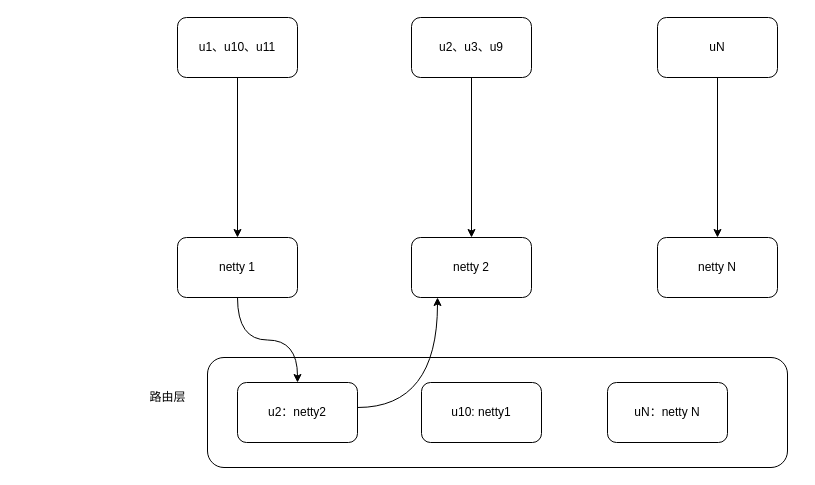
Before: page "路由层作用" (1 of 10) of im-system 架构设计图.drawio in BanTanger/im-whale-shark, a draw.io diagram. Source tidied: cells renumbered, new cells numbered last; positions are measured from the earlier drawing's top-left corner, leaving out a move shared by most shapes. Both pictures are drawn from the tidied source at 100%, with x=0, y=0 at pixel (137, 17).
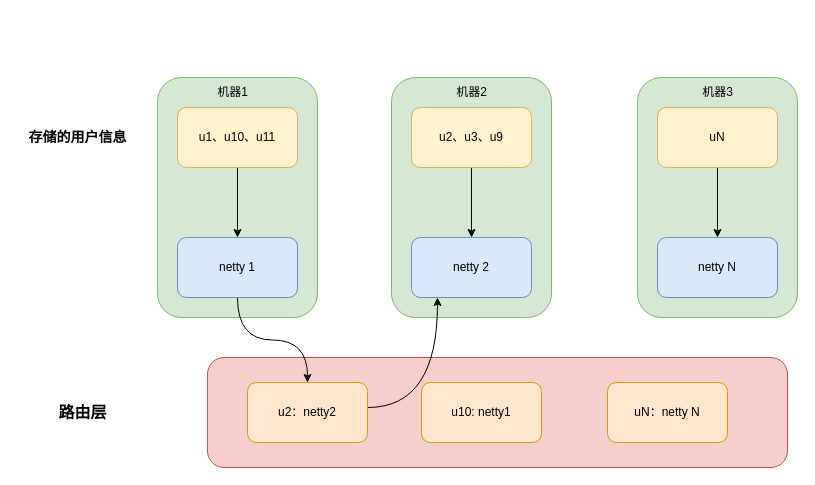
Above is the later version.

The edit, as a diff of the source:
```diff
@@
+    <mxCell id="18" style="rounded=1;whiteSpace=wrap;html=1;fillColor=#d5e8d4;strokeColor=#82b366;" parent="1" vertex="1">
+      <mxGeometry x="254" y="60" width="160" height="240" as="geometry" />
+    </mxCell>
+    <mxCell id="19" style="rounded=1;whiteSpace=wrap;html=1;fillColor=#d5e8d4;strokeColor=#82b366;" parent="1" vertex="1">
+      <mxGeometry x="500" y="60" width="160" height="240" as="geometry" />
+    </mxCell>
+    <mxCell id="20" style="rounded=1;whiteSpace=wrap;html=1;fillColor=#d5e8d4;strokeColor=#82b366;" parent="1" vertex="1">
+      <mxGeometry x="20" y="60" width="160" height="240" as="geometry" />
+    </mxCell>
-    <mxCell id="2" style="rounded=1;whiteSpace=wrap;html=1;" parent="1" vertex="1">
+    <mxCell id="2" style="rounded=1;whiteSpace=wrap;html=1;fillColor=#f8cecc;strokeColor=#b85450;" parent="1" vertex="1">
       <mxGeometry x="70" y="340" width="580" height="110" as="geometry" />
     </mxCell>
@@
-    <mxCell id="4" value="u1、u10、u11" style="rounded=1;whiteSpace=wrap;html=1;" parent="1" vertex="1">
-      <mxGeometry x="40" width="120" height="60" as="geometry" />
+    <mxCell id="4" value="u1、u10、u11" style="rounded=1;whiteSpace=wrap;html=1;fillColor=#fff2cc;strokeColor=#d6b656;" parent="1" vertex="1">
+      <mxGeometry x="40" y="90" width="120" height="60" as="geometry" />
     </mxCell>
@@
-    <mxCell id="6" value="u2、u3、u9" style="rounded=1;whiteSpace=wrap;html=1;" parent="1" vertex="1">
-      <mxGeometry x="274" width="120" height="60" as="geometry" />
+    <mxCell id="6" value="u2、u3、u9" style="rounded=1;whiteSpace=wrap;html=1;fillColor=#fff2cc;strokeColor=#d6b656;" parent="1" vertex="1">
+      <mxGeometry x="274" y="90" width="120" height="60" as="geometry" />
     </mxCell>
@@
-    <mxCell id="8" value="uN" style="rounded=1;whiteSpace=wrap;html=1;" parent="1" vertex="1">
-      <mxGeometry x="520" width="120" height="60" as="geometry" />
+    <mxCell id="8" value="uN" style="rounded=1;whiteSpace=wrap;html=1;fillColor=#fff2cc;strokeColor=#d6b656;" parent="1" vertex="1">
+      <mxGeometry x="520" y="90" width="120" height="60" as="geometry" />
     </mxCell>
@@
-    <mxCell id="10" value="netty 1" style="rounded=1;whiteSpace=wrap;html=1;" parent="1" vertex="1">
+    <mxCell id="10" value="netty 1" style="rounded=1;whiteSpace=wrap;html=1;fillColor=#dae8fc;strokeColor=#6c8ebf;" parent="1" vertex="1">
       <mxGeometry x="40" y="220" width="120" height="60" as="geometry" />
     </mxCell>
-    <mxCell id="11" value="netty 2" style="rounded=1;whiteSpace=wrap;html=1;" parent="1" vertex="1">
+    <mxCell id="11" value="netty 2" style="rounded=1;whiteSpace=wrap;html=1;fillColor=#dae8fc;strokeColor=#6c8ebf;" parent="1" vertex="1">
       <mxGeometry x="274" y="220" width="120" height="60" as="geometry" />
     </mxCell>
-    <mxCell id="12" value="netty N" style="rounded=1;whiteSpace=wrap;html=1;" parent="1" vertex="1">
+    <mxCell id="12" value="netty N" style="rounded=1;whiteSpace=wrap;html=1;fillColor=#dae8fc;strokeColor=#6c8ebf;" parent="1" vertex="1">
       <mxGeometry x="520" y="220" width="120" height="60" as="geometry" />
     </mxCell>
@@
-    <mxCell id="14" value="u2：netty2" style="rounded=1;whiteSpace=wrap;html=1;" parent="1" vertex="1">
-      <mxGeometry x="100" y="365" width="120" height="60" as="geometry" />
+    <mxCell id="14" value="u2：netty2" style="rounded=1;whiteSpace=wrap;html=1;fillColor=#ffe6cc;strokeColor=#d79b00;" parent="1" vertex="1">
+      <mxGeometry x="110" y="365" width="120" height="60" as="geometry" />
     </mxCell>
-    <mxCell id="15" value="u10: netty1" style="rounded=1;whiteSpace=wrap;html=1;" parent="1" vertex="1">
+    <mxCell id="15" value="u10: netty1" style="rounded=1;whiteSpace=wrap;html=1;fillColor=#ffe6cc;strokeColor=#d79b00;" parent="1" vertex="1">
       <mxGeometry x="284" y="365" width="120" height="60" as="geometry" />
     </mxCell>
-    <mxCell id="16" value="uN：netty N" style="rounded=1;whiteSpace=wrap;html=1;" parent="1" vertex="1">
+    <mxCell id="16" value="uN：netty N" style="rounded=1;whiteSpace=wrap;html=1;fillColor=#ffe6cc;strokeColor=#d79b00;" parent="1" vertex="1">
       <mxGeometry x="470" y="365" width="120" height="60" as="geometry" />
     </mxCell>
-    <mxCell id="17" value="路由层" style="text;html=1;align=center;verticalAlign=middle;strokeColor=none;fillColor=none;" parent="1" vertex="1">
-      <mxGeometry y="365" width="60" height="30" as="geometry" />
+    <mxCell id="17" value="&lt;b&gt;&lt;font style=&quot;font-size: 16px;&quot;&gt;路由层&lt;/font&gt;&lt;/b&gt;" style="text;html=1;align=center;verticalAlign=middle;strokeColor=none;fillColor=none;" parent="1" vertex="1">
+      <mxGeometry x="-90" y="380" width="70" height="30" as="geometry" />
     </mxCell>
+    <mxCell id="21" value="机器1" style="text;html=1;align=center;verticalAlign=middle;strokeColor=none;fillColor=none;" parent="1" vertex="1">
+      <mxGeometry x="70" y="60" width="50" height="30" as="geometry" />
+    </mxCell>
+    <mxCell id="22" value="机器2" style="text;html=1;align=center;verticalAlign=middle;strokeColor=none;fillColor=none;" parent="1" vertex="1">
+      <mxGeometry x="309" y="60" width="50" height="30" as="geometry" />
+    </mxCell>
+    <mxCell id="23" value="机器3" style="text;html=1;align=center;verticalAlign=middle;strokeColor=none;fillColor=none;" parent="1" vertex="1">
+      <mxGeometry x="555" y="60" width="50" height="30" as="geometry" />
+    </mxCell>
+    <mxCell id="24" value="&lt;b&gt;&lt;font style=&quot;font-size: 14px;&quot;&gt;存储的用户信息&lt;/font&gt;&lt;/b&gt;" style="text;html=1;align=center;verticalAlign=middle;strokeColor=none;fillColor=none;" parent="1" vertex="1">
+      <mxGeometry x="-120" y="105" width="120" height="30" as="geometry" />
+    </mxCell>
```
